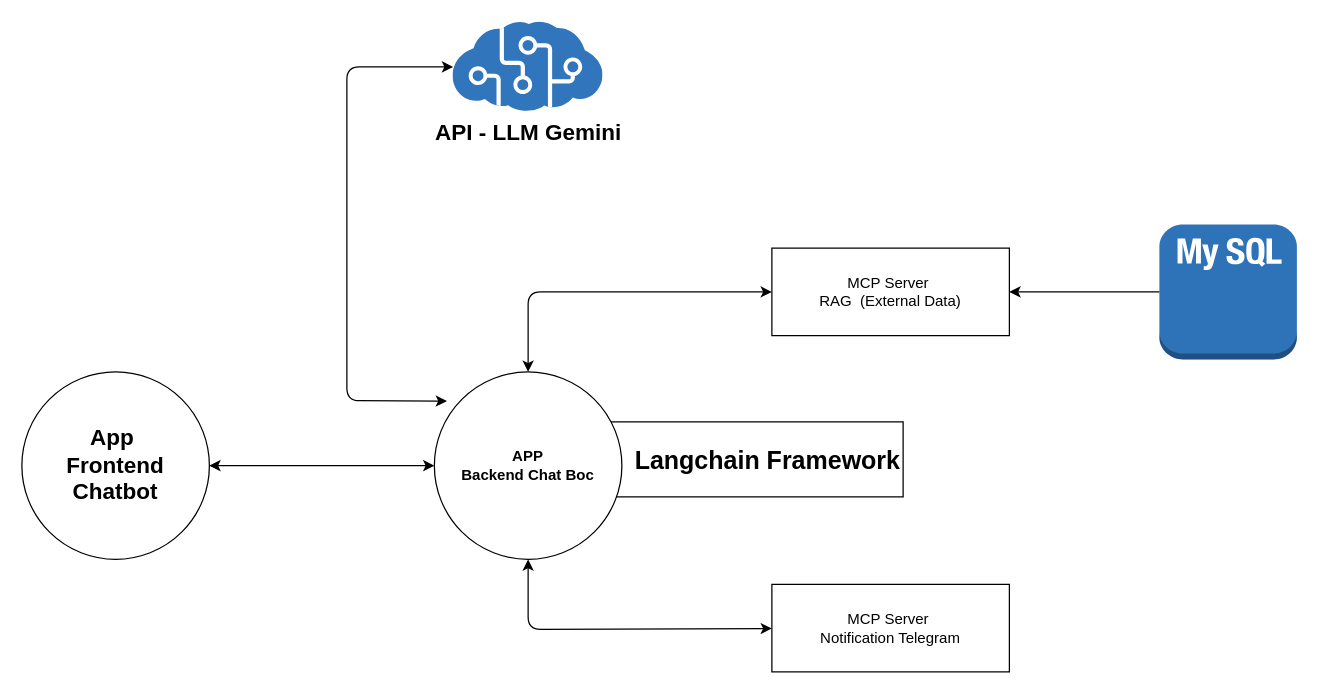
The draw.io diagram design/architecture.drawio in dendie-sanjaya/ai-chatbot-mcp, before the edit. Source tidied: cells renumbered, new cells numbered last; positions are measured from the earlier drawing's top-left corner, leaving out a move shared by most shapes. Both pictures are drawn from the tidied source at 125%, with x=0, y=0 at pixel (21, 21).
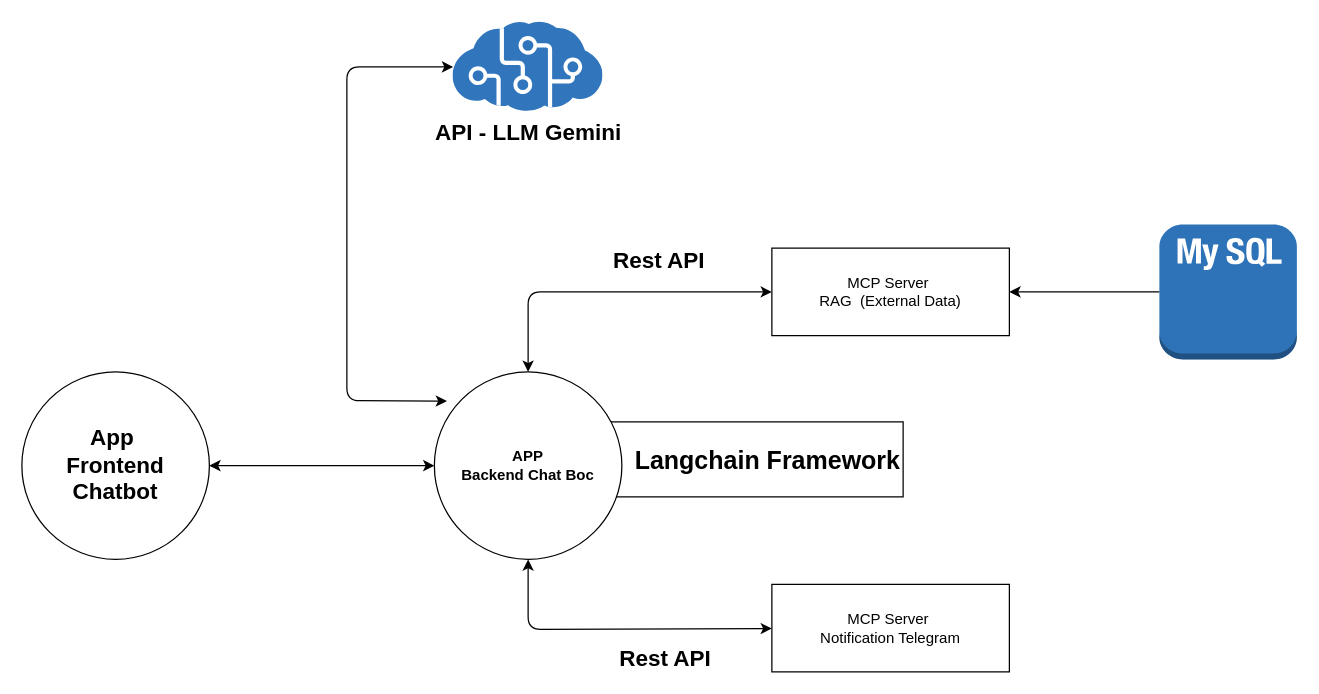
Above is the later version.

What changed in the source:
```diff
@@
+    <mxCell id="14" value="&lt;font style=&quot;font-size: 18px&quot;&gt;Rest API&lt;/font&gt;" style="text;html=1;strokeColor=none;fillColor=none;align=center;verticalAlign=middle;whiteSpace=wrap;rounded=0;fontStyle=1;" parent="1" vertex="1">
+      <mxGeometry x="460" y="181" width="100" height="20" as="geometry" />
+    </mxCell>
+    <mxCell id="15" value="&lt;font style=&quot;font-size: 18px&quot;&gt;Rest API&lt;/font&gt;" style="text;html=1;strokeColor=none;fillColor=none;align=center;verticalAlign=middle;whiteSpace=wrap;rounded=0;fontStyle=1;" parent="1" vertex="1">
+      <mxGeometry x="465" y="500" width="100" height="20" as="geometry" />
+    </mxCell>
```
